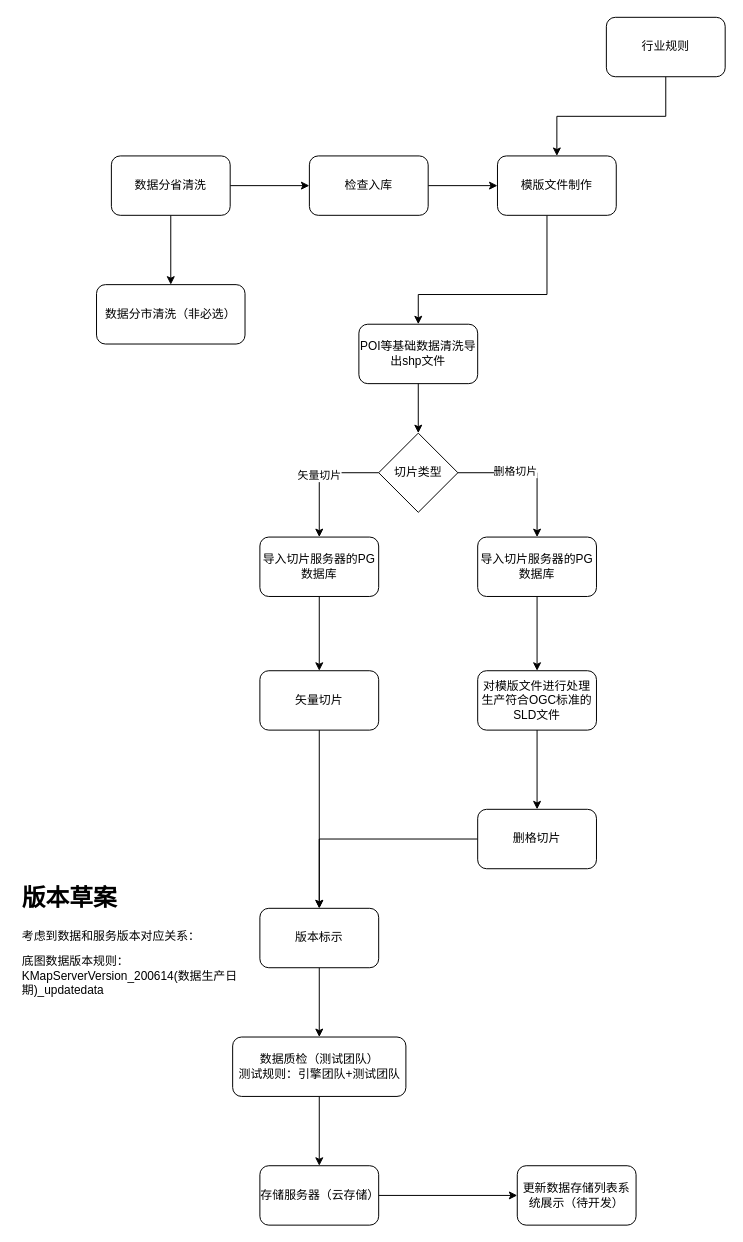
This is page "数据生产流程" (3 of 3) of Untitled Diagram.drawio from blueshu/DygraphSupport, a draw.io file, before an edit. Source tidied: cells renumbered, new cells numbered last; positions are measured from the earlier drawing's top-left corner, leaving out a move shared by most shapes. Both pictures are drawn from the tidied source at 99%, with x=0, y=0 at pixel (17, 17).
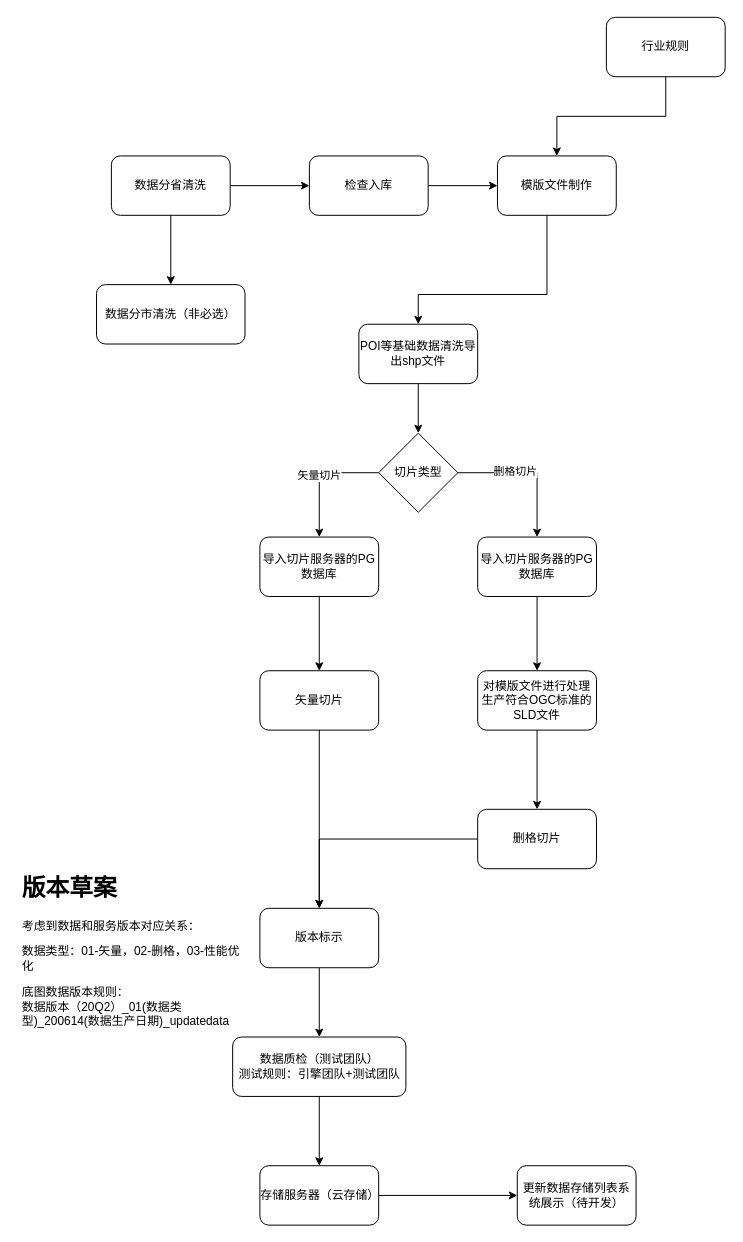
The same diagram, later.

Diff of the diagram source:
```diff
@@
-    <mxCell id="35" value="&lt;h1&gt;版本草案&lt;/h1&gt;&lt;p&gt;考虑到数据和服务版本对应关系：&lt;/p&gt;&lt;p&gt;底图数据版本规则：&lt;br&gt;KMapServerVersion_200614(数据生产日期)_updatedata&lt;/p&gt;" style="text;html=1;strokeColor=none;fillColor=none;spacing=5;spacingTop=-20;whiteSpace=wrap;overflow=hidden;rounded=0;" parent="1" vertex="1">
-      <mxGeometry y="870" width="230" height="120" as="geometry" />
+    <mxCell id="35" value="&lt;h1&gt;版本草案&lt;/h1&gt;&lt;p&gt;考虑到数据和服务版本对应关系：&lt;/p&gt;&lt;p&gt;数据类型：01-矢量，02-删格，03-性能优化&lt;/p&gt;&lt;p&gt;底图数据版本规则：&lt;br&gt;数据版本（20Q2）_01(数据类型)_200614(数据生产日期)_updatedata&lt;/p&gt;" style="text;html=1;strokeColor=none;fillColor=none;spacing=5;spacingTop=-20;whiteSpace=wrap;overflow=hidden;rounded=0;" parent="1" vertex="1">
+      <mxGeometry y="860" width="230" height="180" as="geometry" />
     </mxCell>
```
